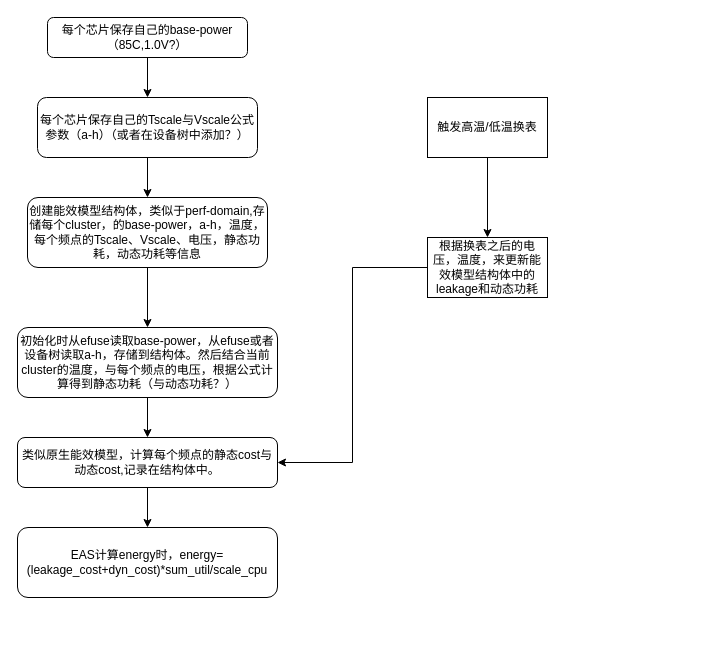
xw-yan/draw-io keeps this draw.io diagram as 未命名绘图.drawio. Above is the earlier version. Source tidied: cells renumbered, new cells numbered last; positions are measured from the earlier drawing's top-left corner, leaving out a move shared by most shapes. Both pictures are drawn from the tidied source at 100%, with x=0, y=0 at pixel (17, 17).
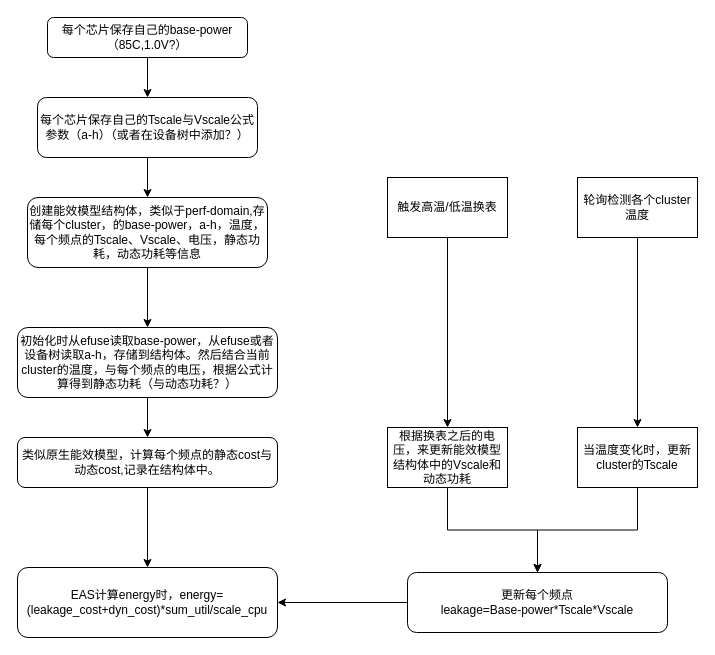
Above is the later version.

Commit message (it also covers changes not shown here):
更新未命名绘图.drawio

The change refers to these unchanged cells:
```xml
<mxCell id="11" value="类似原生能效模型，计算每个频点的静态cost与动态cost,记录在结构体中。" style="whiteSpace=wrap;html=1;rounded=1;glass=0;strokeWidth=1;shadow=0;" parent="1" vertex="1">
  <mxGeometry y="420" width="260" height="50" as="geometry" />
</mxCell>
```

What changed in the source:
```diff
@@
-    <mxCell id="10" style="edgeStyle=orthogonalEdgeStyle;rounded=0;jettySize=auto;html=1;" parent="1" edge="1" source="11" target="12">
+    <mxCell id="10" style="edgeStyle=orthogonalEdgeStyle;rounded=0;jettySize=auto;html=1;exitX=0.5;exitY=1;exitDx=0;exitDy=0;entryX=0.5;entryY=0;entryDx=0;entryDy=0;" parent="1" edge="1" source="11" target="12">
       <mxGeometry relative="1" as="geometry" />
     </mxCell>
@@
     <mxCell id="12" value="EAS计算energy时，energy=(leakage_cost+dyn_cost)*sum_util/scale_cpu" style="whiteSpace=wrap;html=1;rounded=1;glass=0;strokeWidth=1;shadow=0;" parent="1" vertex="1">
-      <mxGeometry y="510" width="260" height="70" as="geometry" />
+      <mxGeometry y="550" width="260" height="70" as="geometry" />
     </mxCell>
@@
     <mxCell id="14" value="触发高温/低温换表" style="rounded=0;whiteSpace=wrap;html=1;" parent="1" vertex="1">
-      <mxGeometry x="410" y="80" width="120" height="60" as="geometry" />
+      <mxGeometry x="370" y="160" width="120" height="60" as="geometry" />
     </mxCell>
-    <mxCell id="15" style="edgeStyle=orthogonalEdgeStyle;rounded=0;jettySize=auto;html=1;entryX=1;entryY=0.5;entryDx=0;entryDy=0;" parent="1" edge="1" source="16" target="11">
-      <mxGeometry relative="1" as="geometry" />
-    </mxCell>
+    <mxCell id="17" style="edgeStyle=orthogonalEdgeStyle;rounded=0;jettySize=auto;html=1;exitX=0.5;exitY=1;exitDx=0;exitDy=0;" parent="1" edge="1" source="16" target="23">
+      <mxGeometry relative="1" as="geometry" />
+    </mxCell>
-    <mxCell id="16" value="根据换表之后的电压，温度，来更新能效模型结构体中的leakage和动态功耗" style="rounded=0;whiteSpace=wrap;html=1;" parent="1" vertex="1">
-      <mxGeometry x="410" y="220" width="120" height="60" as="geometry" />
+    <mxCell id="16" value="根据换表之后的电压，来更新能效模型结构体中的Vscale&lt;span style=&quot;background-color: initial;&quot;&gt;和动态功耗&lt;/span&gt;" style="rounded=0;whiteSpace=wrap;html=1;" parent="1" vertex="1">
+      <mxGeometry x="370" y="410" width="120" height="60" as="geometry" />
     </mxCell>
+    <mxCell id="18" style="edgeStyle=orthogonalEdgeStyle;rounded=0;jettySize=auto;html=1;" parent="1" edge="1" source="19" target="21">
+      <mxGeometry relative="1" as="geometry" />
+    </mxCell>
+    <mxCell id="19" value="轮询检测各个cluster温度" style="rounded=0;whiteSpace=wrap;html=1;" parent="1" vertex="1">
+      <mxGeometry x="560" y="160" width="120" height="60" as="geometry" />
+    </mxCell>
+    <mxCell id="20" style="edgeStyle=orthogonalEdgeStyle;rounded=0;jettySize=auto;html=1;exitX=0.5;exitY=1;exitDx=0;exitDy=0;entryX=0.5;entryY=0;entryDx=0;entryDy=0;" parent="1" edge="1" source="21" target="23">
+      <mxGeometry relative="1" as="geometry" />
+    </mxCell>
+    <mxCell id="21" value="当温度变化时，更新cluster的Tscale" style="rounded=0;whiteSpace=wrap;html=1;" parent="1" vertex="1">
+      <mxGeometry x="560" y="410" width="120" height="60" as="geometry" />
+    </mxCell>
+    <mxCell id="22" style="edgeStyle=orthogonalEdgeStyle;rounded=0;jettySize=auto;html=1;exitX=0;exitY=0.5;exitDx=0;exitDy=0;" parent="1" edge="1" source="23" target="12">
+      <mxGeometry relative="1" as="geometry" />
+    </mxCell>
+    <mxCell id="23" value="更新每个频点&lt;br&gt;leakage=Base-power*Tscale*Vscale" style="rounded=1;whiteSpace=wrap;html=1;" parent="1" vertex="1">
+      <mxGeometry x="390" y="555" width="260" height="60" as="geometry" />
+    </mxCell>
```
